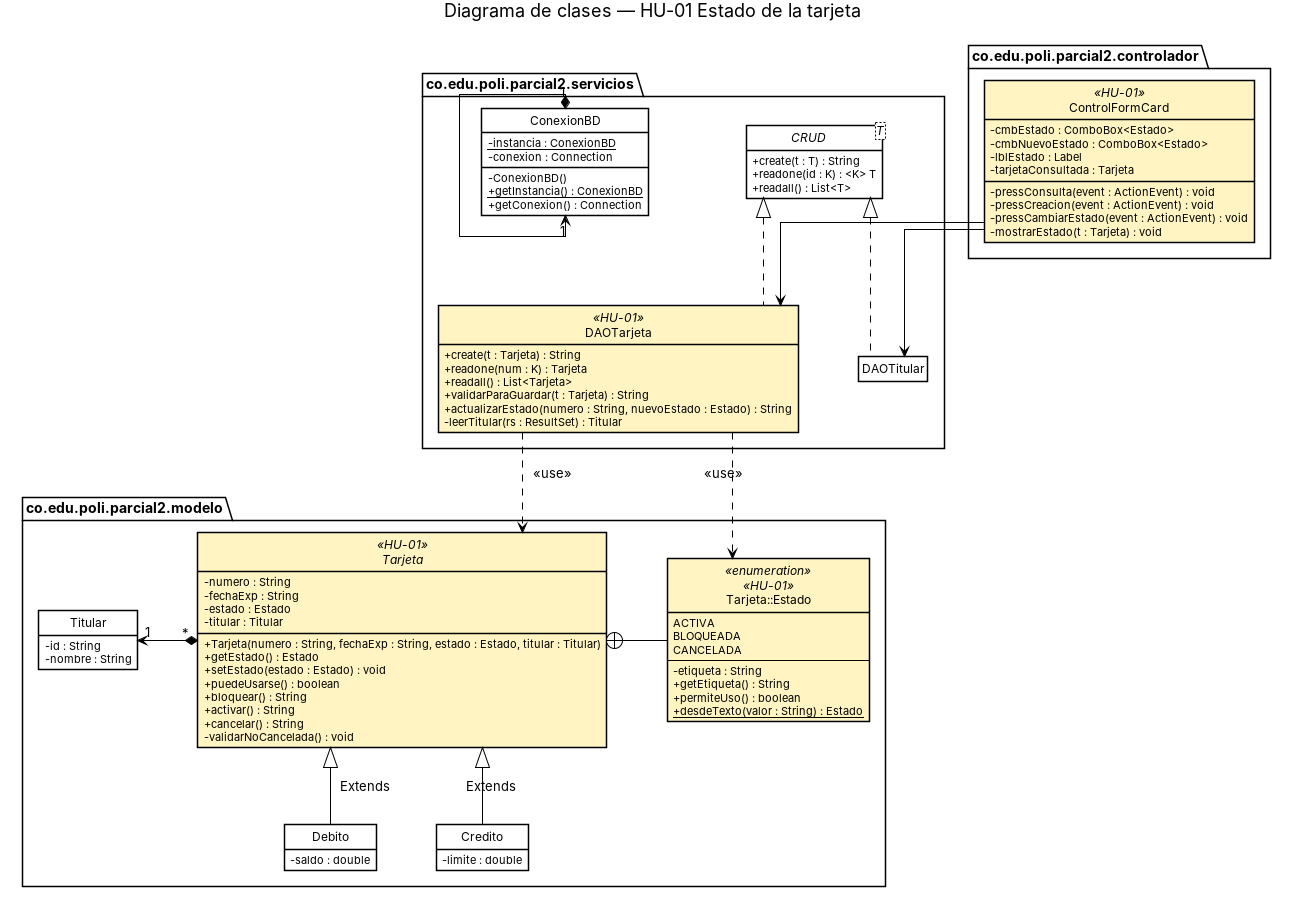
The PlantUML diagram docs/diagrama-clases.png in Slowcombat/PRCT2, before a commit. Its source is kept beside it as docs/diagrama-clases.puml.
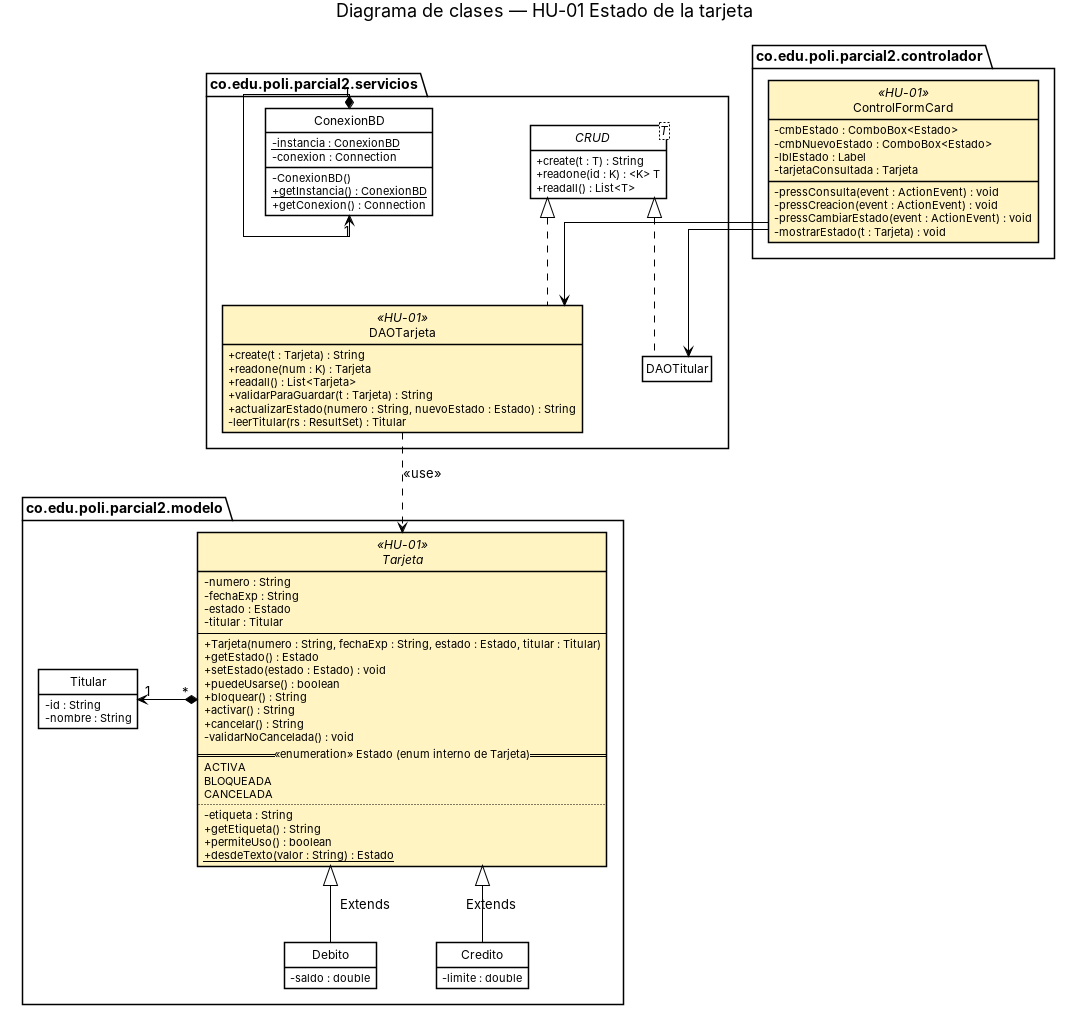
The same file after the commit.

Commit message:
Diagrama UML: enum Estado dentro de la clase Tarjeta

Claude-Session: https://claude.ai/code/session_01KVwrBwjVY88Fi9JeFJdRMi

The edit, as a diff of the source:
```diff
@@ -22,6 +22,7 @@
     - fechaExp : String
     - estado : Estado
     - titular : Titular
+    --
     + Tarjeta(numero : String, fechaExp : String, estado : Estado, titular : Titular)
     + getEstado() : Estado
     + setEstado(estado : Estado) : void
@@ -30,13 +31,11 @@
     + activar() : String
     + cancelar() : String
     - validarNoCancelada() : void
-  }
-
-  enum "Tarjeta::Estado" as Estado <<enumeration>> <<HU-01>> {
+    == «enumeration» Estado (enum interno de Tarjeta) ==
     ACTIVA
     BLOQUEADA
     CANCELADA
-    --
+    ..
     - etiqueta : String
     + getEtiqueta() : String
     + permiteUso() : boolean
@@ -57,7 +56,6 @@
   }
 
   Titular "*" <-left-* "1" Tarjeta
-  Estado -right-+ Tarjeta
   Debito -up-|> Tarjeta : Extends
   Credito -up-|> Tarjeta : Extends
 }
@@ -111,5 +109,4 @@
 ControlFormCard --> DAOTarjeta
 ControlFormCard --> DAOTitular
 DAOTarjeta ..> Tarjeta : <<use>>
-DAOTarjeta ..> Estado : <<use>>
 @enduml
```
